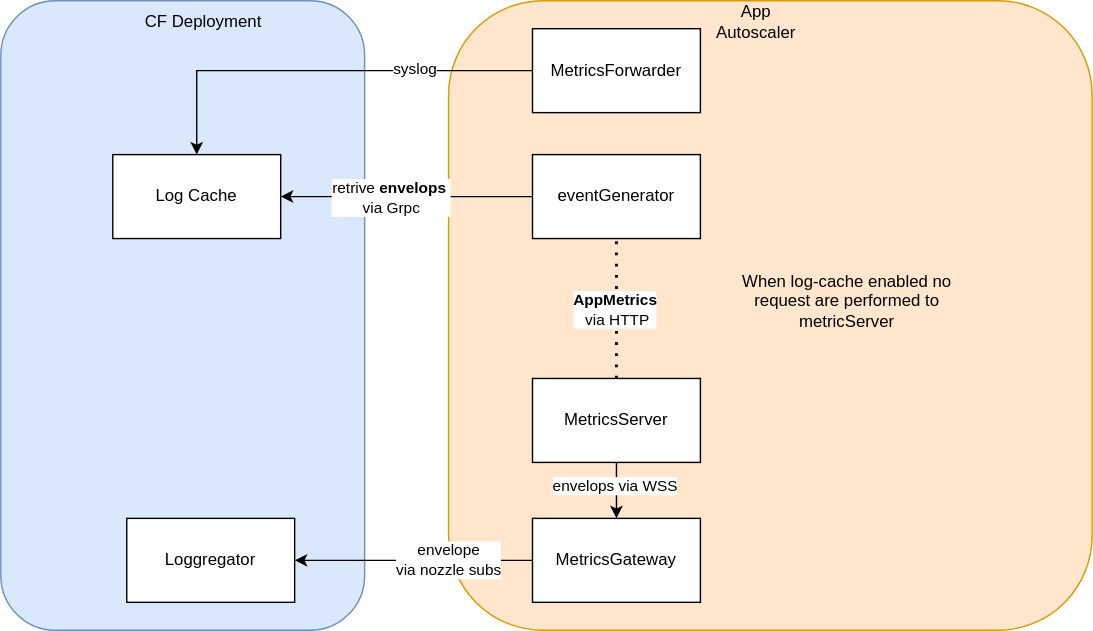
Earlier version of the draw.io export docs/autoscaler.svg (cloudfoundry/app-autoscaler-release). Source tidied: cells renumbered, new cells last; positions are measured from the earlier drawing's top-left corner, leaving out a move shared by most shapes.
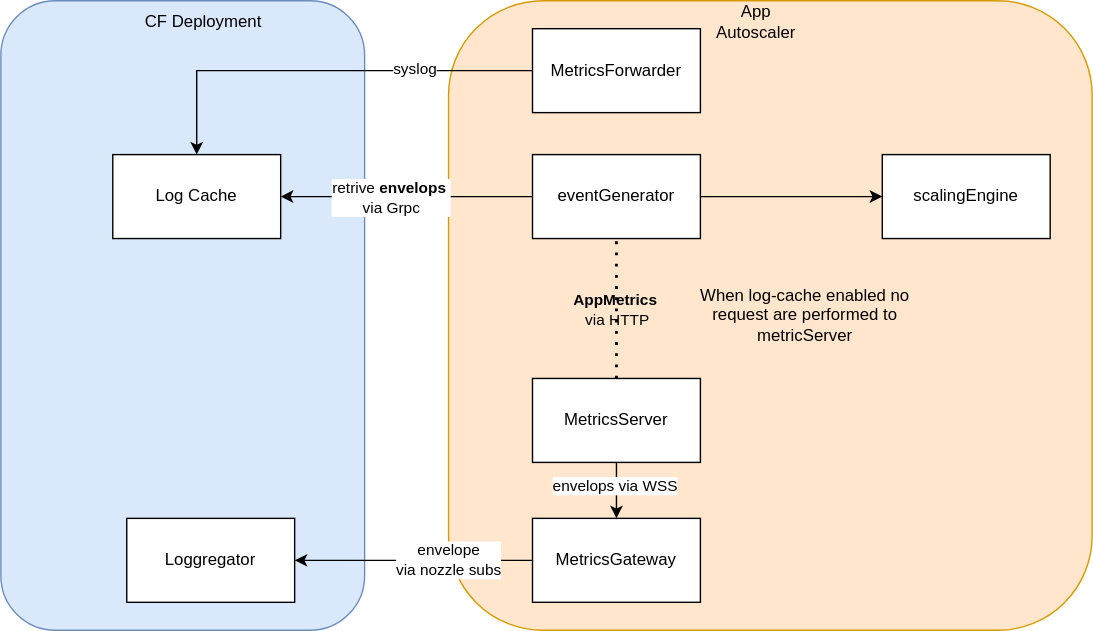
The same diagram one commit later.

Commit message:
Update autoscaler diagram

Diff of the diagram source:
```diff
@@ -19,6 +19,9 @@
         <mxPoint x="12" as="offset" />
       </mxGeometry>
     </mxCell>
+    <mxCell id="22" style="edgeStyle=orthogonalEdgeStyle;rounded=0;jettySize=auto;html=1;" parent="1" edge="1" source="7" target="23">
+      <mxGeometry relative="1" as="geometry" />
+    </mxCell>
     <mxCell id="7" value="eventGenerator" style="rounded=0;whiteSpace=wrap;html=1;" parent="1" vertex="1">
       <mxGeometry x="380" y="110" width="120" height="60" as="geometry" />
     </mxCell>
@@ -49,7 +52,7 @@
     <mxCell id="16" style="endArrow=none;dashed=1;html=1;dashPattern=1 3;strokeWidth=2;rounded=0;entryX=0.5;entryY=1;entryDx=0;entryDy=0;exitX=0.5;exitY=0;exitDx=0;exitDy=0;" parent="1" edge="1" source="13" target="7">
       <mxGeometry relative="1" as="geometry" />
     </mxCell>
-    <mxCell id="17" value="&lt;b&gt;AppMetrics&lt;/b&gt;&lt;br&gt;&amp;nbsp;via HTTP" style="edgeLabel;html=1;align=center;verticalAlign=middle;" parent="16" vertex="1">
+    <mxCell id="17" value="&lt;span style=&quot;&quot;&gt;&lt;b&gt;AppMetrics&lt;/b&gt;&lt;br&gt;&amp;nbsp;via HTTP&lt;/span&gt;" style="edgeLabel;html=1;align=center;verticalAlign=middle;labelBackgroundColor=none;" parent="16" vertex="1">
       <mxGeometry x="0.18" y="2" relative="1" as="geometry">
         <mxPoint y="9" as="offset" />
       </mxGeometry>
@@ -58,7 +61,7 @@
       <mxGeometry x="90" y="370" width="120" height="60" as="geometry" />
     </mxCell>
     <mxCell id="19" value="When log-cache enabled no request are performed to metricServer" style="text;html=1;strokeColor=none;fillColor=none;align=center;verticalAlign=middle;whiteSpace=wrap;rounded=0;" parent="1" vertex="1">
-      <mxGeometry x="510" y="200" width="190" height="30" as="geometry" />
+      <mxGeometry x="480" y="210" width="190" height="30" as="geometry" />
     </mxCell>
     <mxCell id="20" value="CF Deployment" style="text;html=1;strokeColor=none;fillColor=none;align=center;verticalAlign=middle;whiteSpace=wrap;rounded=0;" parent="1" vertex="1">
       <mxGeometry x="90" width="110" height="30" as="geometry" />
@@ -66,5 +69,8 @@
     <mxCell id="21" value="App Autoscaler" style="text;html=1;strokeColor=none;fillColor=none;align=center;verticalAlign=middle;whiteSpace=wrap;rounded=0;" parent="1" vertex="1">
       <mxGeometry x="510" width="60" height="30" as="geometry" />
     </mxCell>
+    <mxCell id="23" value="scalingEngine" style="rounded=0;whiteSpace=wrap;html=1;" parent="1" vertex="1">
+      <mxGeometry x="630" y="110" width="120" height="60" as="geometry" />
+    </mxCell>
   </root>
 </mxGraphModel>
```
